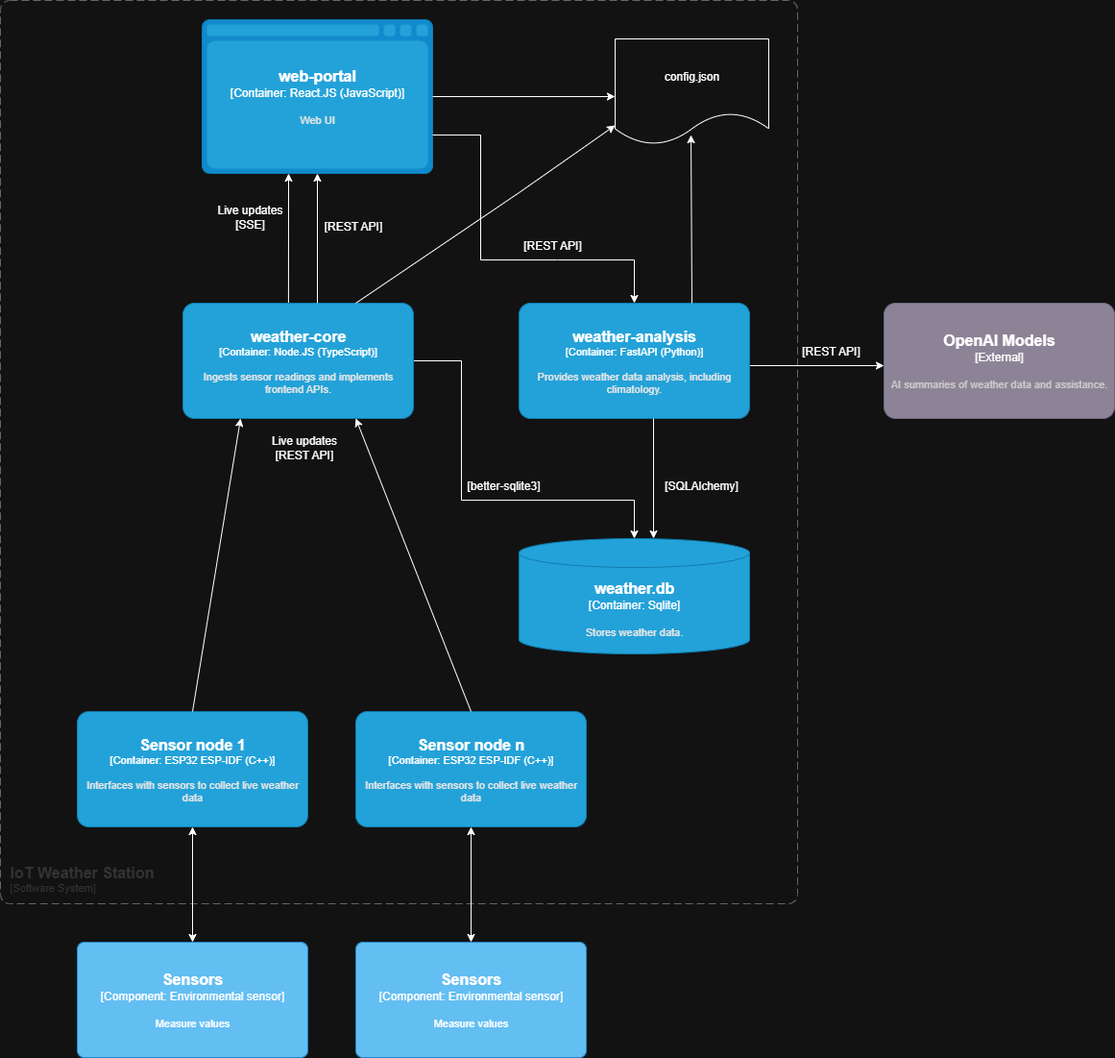
The draw.io diagram architecture.drawio.png in al-c95/IoTWeatherStation, before a commit. Source tidied: cells renumbered, new cells last; positions are measured from the earlier drawing's top-left corner, leaving out a move shared by most shapes.
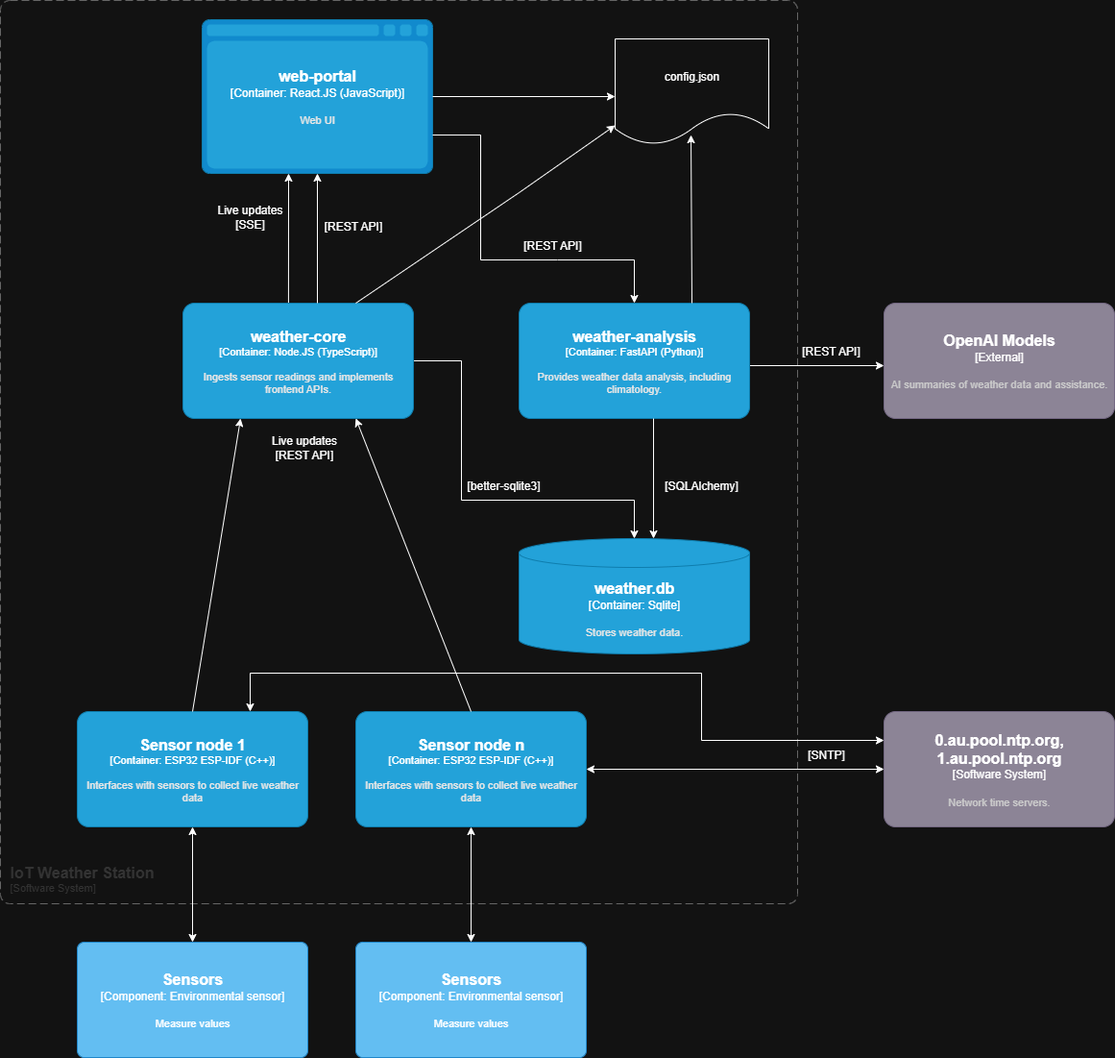
The same file after the commit.

Commit message:
move timestamp authority to ESP32 (SNTP)

Change to the diagram source:
```diff
@@ -152,5 +152,25 @@
         <mxPoint x="330" y="315" as="sourcePoint" />
       </mxGeometry>
     </mxCell>
+    <object id="33" label="&lt;font style=&quot;font-size: 16px&quot;&gt;&lt;b&gt;%c4Name%&lt;/b&gt;&lt;/font&gt;&lt;div&gt;[%c4Type%]&lt;/div&gt;&lt;br&gt;&lt;div&gt;&lt;font style=&quot;font-size: 11px&quot;&gt;&lt;font color=&quot;#cccccc&quot;&gt;%c4Description%&lt;/font&gt;&lt;/div&gt;" c4Description="Network time servers." c4Name="0.au.pool.ntp.org, 1.au.pool.ntp.org" c4Type="Software System" placeholders="1">
+      <mxCell style="rounded=1;whiteSpace=wrap;html=1;labelBackgroundColor=none;fillColor=#8C8496;fontColor=#ffffff;align=center;arcSize=10;strokeColor=#736782;points=[[0.25,0,0],[0.5,0,0],[0.75,0,0],[1,0.25,0],[1,0.5,0],[1,0.75,0],[0.75,1,0],[0.5,1,0],[0.25,1,0],[0,0.75,0],[0,0.5,0],[0,0.25,0]];" parent="1" vertex="1">
+        <mxGeometry x="920" y="740" width="240" height="120" as="geometry" />
+      </mxCell>
+    </object>
+    <mxCell id="34" style="endArrow=classic;startArrow=classic;html=1;rounded=0;exitX=1;exitY=0.5;exitDx=0;exitDy=0;exitPerimeter=0;entryX=0;entryY=0.5;entryDx=0;entryDy=0;entryPerimeter=0;" parent="1" edge="1" source="15" target="33">
+      <mxGeometry relative="1" as="geometry" />
+    </mxCell>
+    <mxCell id="35" style="endArrow=classic;startArrow=classic;html=1;rounded=0;exitX=0.75;exitY=0;exitDx=0;exitDy=0;exitPerimeter=0;entryX=0;entryY=0.25;entryDx=0;entryDy=0;entryPerimeter=0;" parent="1" edge="1" source="7" target="33">
+      <mxGeometry relative="1" as="geometry">
+        <Array as="points">
+          <mxPoint x="260" y="700" />
+          <mxPoint x="730" y="700" />
+          <mxPoint x="730" y="770" />
+        </Array>
+      </mxGeometry>
+    </mxCell>
+    <mxCell id="36" value="[SNTP]" style="text;html=1;align=center;verticalAlign=middle;whiteSpace=wrap;rounded=0;" parent="1" vertex="1">
+      <mxGeometry x="830" y="770" width="60" height="30" as="geometry" />
+    </mxCell>
   </root>
 </mxGraphModel>
```
